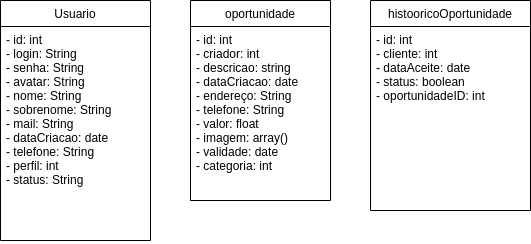
Earlier version of the draw.io export modelagem/Modelagem_conect-se-Page-2.drawio.png (jbmachado/conecte-se). Source tidied: cells renumbered, new cells last; positions are measured from the earlier drawing's top-left corner, leaving out a move shared by most shapes. Source of this version:
```xml
<mxGraphModel>
  <root>
    <mxCell id="0" />
    <mxCell id="1" parent="0" />
    <mxCell id="2" value="Usuario" style="swimlane;fontStyle=0;horizontal=1;startSize=26;fillColor=none;" parent="1" vertex="1">
      <mxGeometry width="150" height="240" as="geometry" />
    </mxCell>
    <mxCell id="3" value="- id: int&#10;- login: String&#10;- senha: String&#10;- avatar: String&#10;- nome: String&#10;- sobrenome: String&#10;- mail: String&#10;- dataCriacao: date&#10;- telefone: String&#10;- perfil: int&#10;- status: String" style="text;strokeColor=none;fillColor=none;align=left;verticalAlign=top;spacingLeft=4;spacingRight=4;overflow=hidden;" parent="2" vertex="1">
      <mxGeometry y="26" width="150" height="214" as="geometry" />
    </mxCell>
    <mxCell id="4" value="oportunidade" style="swimlane;fontStyle=0;horizontal=1;startSize=26;fillColor=none;labelBorderColor=none;" parent="1" vertex="1">
      <mxGeometry x="190" width="140" height="200" as="geometry" />
    </mxCell>
    <mxCell id="5" value="- id: int&#10;- criador: int&#10;- descricao: string&#10;- dataCriacao: date&#10;- endereço: String&#10;- telefone: String&#10;- valor: float&#10;- imagem: array()&#10;- validade: date&#10;- categoria: int" style="text;strokeColor=none;fillColor=none;align=left;verticalAlign=top;spacingLeft=4;spacingRight=4;overflow=hidden;labelBorderColor=none;" parent="4" vertex="1">
      <mxGeometry y="26" width="140" height="174" as="geometry" />
    </mxCell>
    <mxCell id="6" value="histooricoOportunidade" style="swimlane;fontStyle=0;horizontal=1;startSize=26;fillColor=none;labelBorderColor=none;" parent="1" vertex="1">
      <mxGeometry x="370" width="160" height="210" as="geometry" />
    </mxCell>
    <mxCell id="7" value="- id: int&#10;- cliente: int&#10;- dataAceite: date&#10;- status: boolean&#10;- oportunidadeID: int&#10;" style="text;strokeColor=none;fillColor=none;align=left;verticalAlign=top;spacingLeft=4;spacingRight=4;overflow=hidden;labelBorderColor=none;" parent="6" vertex="1">
      <mxGeometry y="26" width="160" height="184" as="geometry" />
    </mxCell>
  </root>
</mxGraphModel>
```
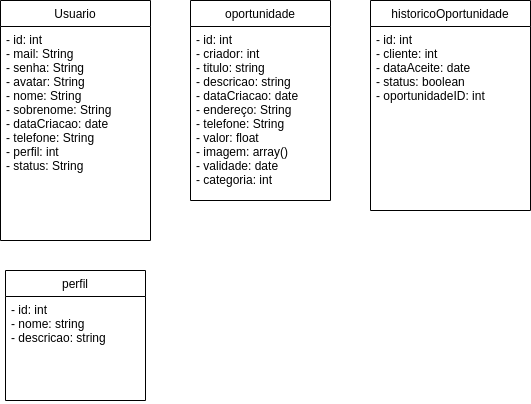
The same diagram one commit later.

Commit message:
arquivos de imagem com modelagem atualizado

What changed in the source:
```diff
@@ -5,20 +5,26 @@
     <mxCell id="2" value="Usuario" style="swimlane;fontStyle=0;horizontal=1;startSize=26;fillColor=none;" parent="1" vertex="1">
       <mxGeometry width="150" height="240" as="geometry" />
     </mxCell>
-    <mxCell id="3" value="- id: int&#10;- login: String&#10;- senha: String&#10;- avatar: String&#10;- nome: String&#10;- sobrenome: String&#10;- mail: String&#10;- dataCriacao: date&#10;- telefone: String&#10;- perfil: int&#10;- status: String" style="text;strokeColor=none;fillColor=none;align=left;verticalAlign=top;spacingLeft=4;spacingRight=4;overflow=hidden;" parent="2" vertex="1">
+    <mxCell id="3" value="- id: int&#10;- mail: String&#10;- senha: String&#10;- avatar: String&#10;- nome: String&#10;- sobrenome: String&#10;- dataCriacao: date&#10;- telefone: String&#10;- perfil: int&#10;- status: String" style="text;strokeColor=none;fillColor=none;align=left;verticalAlign=top;spacingLeft=4;spacingRight=4;overflow=hidden;" parent="2" vertex="1">
       <mxGeometry y="26" width="150" height="214" as="geometry" />
     </mxCell>
     <mxCell id="4" value="oportunidade" style="swimlane;fontStyle=0;horizontal=1;startSize=26;fillColor=none;labelBorderColor=none;" parent="1" vertex="1">
       <mxGeometry x="190" width="140" height="200" as="geometry" />
     </mxCell>
-    <mxCell id="5" value="- id: int&#10;- criador: int&#10;- descricao: string&#10;- dataCriacao: date&#10;- endereço: String&#10;- telefone: String&#10;- valor: float&#10;- imagem: array()&#10;- validade: date&#10;- categoria: int" style="text;strokeColor=none;fillColor=none;align=left;verticalAlign=top;spacingLeft=4;spacingRight=4;overflow=hidden;labelBorderColor=none;" parent="4" vertex="1">
+    <mxCell id="5" value="- id: int&#10;- criador: int&#10;- titulo: string&#10;- descricao: string&#10;- dataCriacao: date&#10;- endereço: String&#10;- telefone: String&#10;- valor: float&#10;- imagem: array()&#10;- validade: date&#10;- categoria: int" style="text;strokeColor=none;fillColor=none;align=left;verticalAlign=top;spacingLeft=4;spacingRight=4;overflow=hidden;labelBorderColor=none;" parent="4" vertex="1">
       <mxGeometry y="26" width="140" height="174" as="geometry" />
     </mxCell>
-    <mxCell id="6" value="histooricoOportunidade" style="swimlane;fontStyle=0;horizontal=1;startSize=26;fillColor=none;labelBorderColor=none;" parent="1" vertex="1">
+    <mxCell id="6" value="historicoOportunidade" style="swimlane;fontStyle=0;horizontal=1;startSize=26;fillColor=none;labelBorderColor=none;" parent="1" vertex="1">
       <mxGeometry x="370" width="160" height="210" as="geometry" />
     </mxCell>
     <mxCell id="7" value="- id: int&#10;- cliente: int&#10;- dataAceite: date&#10;- status: boolean&#10;- oportunidadeID: int&#10;" style="text;strokeColor=none;fillColor=none;align=left;verticalAlign=top;spacingLeft=4;spacingRight=4;overflow=hidden;labelBorderColor=none;" parent="6" vertex="1">
       <mxGeometry y="26" width="160" height="184" as="geometry" />
     </mxCell>
+    <mxCell id="8" value="perfil" style="swimlane;fontStyle=0;horizontal=1;startSize=26;fillColor=none;" parent="1" vertex="1">
+      <mxGeometry x="5" y="270" width="140" height="130" as="geometry" />
+    </mxCell>
+    <mxCell id="9" value="- id: int&#10;- nome: string&#10;- descricao: string&#10;" style="text;strokeColor=none;fillColor=none;align=left;verticalAlign=top;spacingLeft=4;spacingRight=4;overflow=hidden;" parent="8" vertex="1">
+      <mxGeometry y="26" width="140" height="104" as="geometry" />
+    </mxCell>
   </root>
 </mxGraphModel>
```
